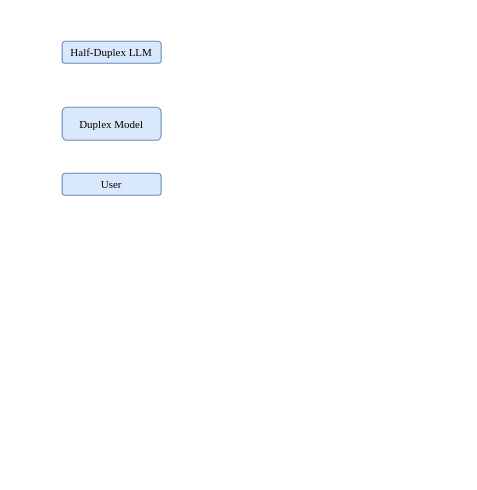
Earlier version of the draw.io diagram 图1.drawio (MrYKY/LeetCode_Rec). Source tidied: cells renumbered, new cells numbered last; positions are measured from the earlier drawing's top-left corner, leaving out a move shared by most shapes. Both pictures are drawn from the tidied source at 110%, with x=0, y=0 at pixel (62, 41).
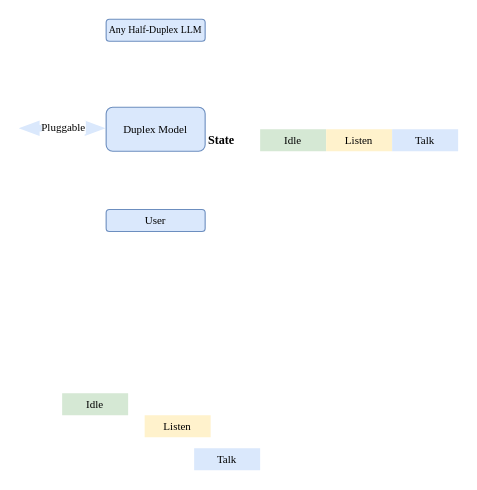
After the change.

What changed in the source:
```diff
@@
 <mxGraphModel>
   <root>
     <mxCell id="0" />
     <mxCell id="1" parent="0" />
+    <mxCell id="5" style="shape=flexArrow;endArrow=classic;startArrow=classic;html=1;rounded=0;fillColor=#dae8fc;strokeColor=none;align=center;arcSize=16;width=6;startWidth=7;endWidth=7;" parent="1" edge="1">
+      <mxGeometry relative="1" as="geometry">
+        <mxPoint x="-40" y="79.1" as="sourcePoint" />
+        <mxPoint x="40" y="79.1" as="targetPoint" />
+      </mxGeometry>
+    </mxCell>
+    <mxCell id="6" value="Pluggable" style="edgeLabel;html=1;align=center;verticalAlign=middle;fontSize=10;fontFamily=Times New Roman;spacing=0;" parent="5" vertex="1">
+      <mxGeometry relative="1" as="geometry">
+        <mxPoint y="-2" as="offset" />
+      </mxGeometry>
+    </mxCell>
-    <mxCell id="2" value="&lt;font face=&quot;Times New Roman&quot;&gt;Half-Duplex LLM&lt;/font&gt;" style="rounded=1;whiteSpace=wrap;html=1;fontSize=10;fillColor=#dae8fc;strokeColor=#6c8ebf;" parent="1" vertex="1">
-      <mxGeometry width="90" height="20" as="geometry" />
+    <mxCell id="2" value="&lt;font face=&quot;Times New Roman&quot;&gt;Any Half-Duplex LLM&lt;/font&gt;" style="rounded=1;whiteSpace=wrap;html=1;fontSize=9;fillColor=#dae8fc;strokeColor=#6c8ebf;" parent="1" vertex="1">
+      <mxGeometry x="40" y="-20" width="90" height="20" as="geometry" />
     </mxCell>
-    <mxCell id="3" value="&lt;font face=&quot;Times New Roman&quot;&gt;Duplex Model&lt;/font&gt;" style="rounded=1;whiteSpace=wrap;html=1;fontSize=10;fillColor=#dae8fc;strokeColor=#6c8ebf;" parent="1" vertex="1">
-      <mxGeometry y="60" width="90" height="30" as="geometry" />
+    <mxCell id="3" value="&lt;font face=&quot;Times New Roman&quot;&gt;Duplex Model&lt;/font&gt;" style="rounded=1;whiteSpace=wrap;html=1;fontSize=10;fillColor=#dae8fc;strokeColor=#6c8ebf;glass=0;shadow=0;comic=0;enumerate=0;" parent="1" vertex="1">
+      <mxGeometry x="40" y="60" width="90" height="40" as="geometry" />
     </mxCell>
     <mxCell id="4" value="&lt;font face=&quot;Times New Roman&quot;&gt;User&lt;/font&gt;" style="rounded=1;whiteSpace=wrap;html=1;fontSize=10;fillColor=#dae8fc;strokeColor=#6c8ebf;" parent="1" vertex="1">
-      <mxGeometry y="120" width="90" height="20" as="geometry" />
+      <mxGeometry x="40" y="153" width="90" height="20" as="geometry" />
     </mxCell>
+    <mxCell id="7" value="Idle" style="rounded=0;whiteSpace=wrap;html=1;strokeColor=none;fillColor=#d5e8d4;fontSize=10;fontFamily=Times New Roman;" parent="1" vertex="1">
+      <mxGeometry x="180" y="80" width="60" height="20" as="geometry" />
+    </mxCell>
+    <mxCell id="8" value="State" style="text;html=1;align=center;verticalAlign=middle;whiteSpace=wrap;rounded=0;fontSize=11;fontFamily=Times New Roman;fontStyle=1;" parent="1" vertex="1">
+      <mxGeometry x="130" y="80" width="30" height="20" as="geometry" />
+    </mxCell>
+    <mxCell id="9" value="Listen" style="rounded=0;whiteSpace=wrap;html=1;strokeColor=none;fillColor=#fff2cc;fontSize=10;fontFamily=Times New Roman;" parent="1" vertex="1">
+      <mxGeometry x="240" y="80" width="60" height="20" as="geometry" />
+    </mxCell>
+    <mxCell id="10" value="Talk" style="rounded=0;whiteSpace=wrap;html=1;strokeColor=none;fillColor=#dae8fc;fontSize=10;fontFamily=Times New Roman;" parent="1" vertex="1">
+      <mxGeometry x="300" y="80" width="60" height="20" as="geometry" />
+    </mxCell>
+    <mxCell id="11" value="Idle" style="rounded=0;whiteSpace=wrap;html=1;strokeColor=none;fillColor=#d5e8d4;fontSize=10;fontFamily=Times New Roman;" parent="1" vertex="1">
+      <mxGeometry y="320" width="60" height="20" as="geometry" />
+    </mxCell>
+    <mxCell id="12" value="Listen" style="rounded=0;whiteSpace=wrap;html=1;strokeColor=none;fillColor=#fff2cc;fontSize=10;fontFamily=Times New Roman;" parent="1" vertex="1">
+      <mxGeometry x="75" y="340" width="60" height="20" as="geometry" />
+    </mxCell>
+    <mxCell id="13" value="Talk" style="rounded=0;whiteSpace=wrap;html=1;strokeColor=none;fillColor=#dae8fc;fontSize=10;fontFamily=Times New Roman;" parent="1" vertex="1">
+      <mxGeometry x="120" y="370" width="60" height="20" as="geometry" />
+    </mxCell>
   </root>
 </mxGraphModel>
```
